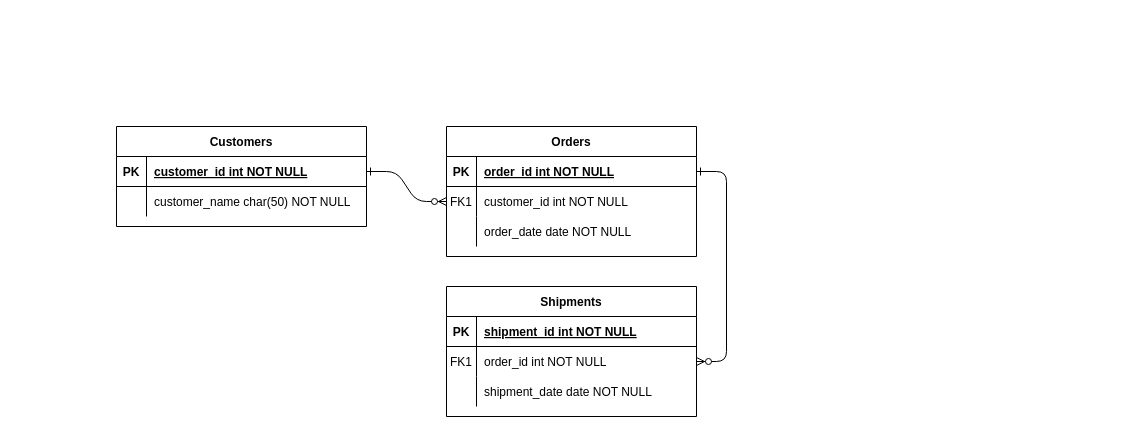
Earlier version of the draw.io diagram Hotel-app.drawio (tobynboudreaux/RuntimeTerror). Source tidied: cells renumbered, new cells numbered last; positions are measured from the earlier drawing's top-left corner, leaving out a move shared by most shapes. Both pictures are drawn from the tidied source at 100%, with x=0, y=0 at pixel (116, 126).
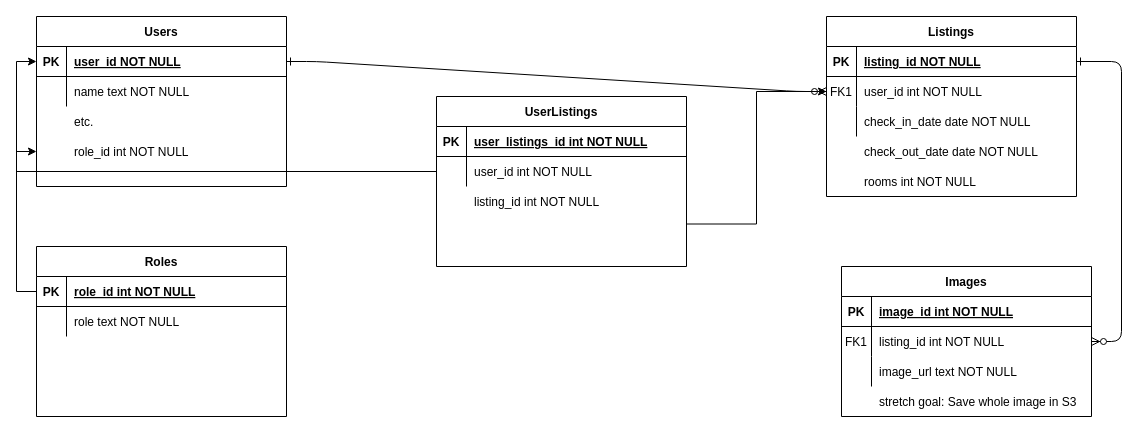
The same diagram, later.

The change refers to these unchanged cells:
```xml
<mxCell id="5" style="shape=partialRectangle;fillColor=none;points=[[0,0.5],[1,0.5]];portConstraint=eastwest;top=0;left=0;right=0;bottom=1;" parent="4" vertex="1">
  <mxGeometry y="30" width="250" height="30" as="geometry" />
</mxCell>
<mxCell id="8" style="shape=partialRectangle;fillColor=none;points=[[0,0.5],[1,0.5]];portConstraint=eastwest;top=0;left=0;right=0;bottom=0;" parent="4" vertex="1">
  <mxGeometry y="60" width="250" height="30" as="geometry" />
</mxCell>
<mxCell id="11" style="shape=partialRectangle;fillColor=none;top=0;left=0;right=0;bottom=0;" parent="4" vertex="1">
  <mxGeometry y="90" width="250" height="30" as="geometry" />
</mxCell>
<mxCell id="15" style="shape=partialRectangle;fillColor=none;top=0;left=0;right=0;bottom=1;" parent="14" vertex="1">
  <mxGeometry y="30" width="250" height="30" as="geometry" />
</mxCell>
<mxCell id="18" style="shape=partialRectangle;fillColor=none;points=[[0,0.5],[1,0.5]];portConstraint=eastwest;top=0;left=0;right=0;bottom=0;" parent="14" vertex="1">
  <mxGeometry y="60" width="250" height="30" as="geometry" />
</mxCell>
<mxCell id="21" style="shape=partialRectangle;fillColor=none;top=0;left=0;right=0;bottom=0;" parent="14" vertex="1">
  <mxGeometry y="90" width="250" height="30" as="geometry" />
</mxCell>
<mxCell id="25" style="shape=partialRectangle;fillColor=none;points=[[0,0.5],[1,0.5]];portConstraint=eastwest;top=0;left=0;right=0;bottom=1;" parent="24" vertex="1">
  <mxGeometry y="30" width="250" height="30" as="geometry" />
</mxCell>
<mxCell id="28" style="shape=partialRectangle;fillColor=none;top=0;left=0;right=0;bottom=0;" parent="24" vertex="1">
  <mxGeometry y="60" width="250" height="30" as="geometry" />
</mxCell>
```

Change to the diagram source:
```diff
@@
-    <mxCell id="4" value="Orders" style="shape=table;startSize=30;childLayout=tableLayout;rowLines=0;fontStyle=1;align=center;" parent="1" vertex="1">
-      <mxGeometry x="330" width="250" height="130" as="geometry" />
+    <mxCell id="4" value="Listings" style="shape=table;startSize=30;childLayout=tableLayout;rowLines=0;fontStyle=1;align=center;" parent="1" vertex="1">
+      <mxGeometry x="710" y="-110" width="250" height="180" as="geometry" />
     </mxCell>
@@
-    <mxCell id="7" value="order_id int NOT NULL " style="shape=partialRectangle;overflow=hidden;fillColor=none;top=0;left=0;bottom=0;right=0;align=left;spacingLeft=6;fontStyle=5;" parent="5" vertex="1">
+    <mxCell id="7" value="listing_id NOT NULL" style="shape=partialRectangle;overflow=hidden;fillColor=none;top=0;left=0;bottom=0;right=0;align=left;spacingLeft=6;fontStyle=5;" parent="5" vertex="1">
       <mxGeometry x="30" width="220" height="30" as="geometry" />
     </mxCell>
@@
-    <mxCell id="10" value="customer_id int NOT NULL" style="shape=partialRectangle;overflow=hidden;fillColor=none;top=0;left=0;bottom=0;right=0;align=left;spacingLeft=6;" parent="8" vertex="1">
+    <mxCell id="10" value="user_id int NOT NULL" style="shape=partialRectangle;overflow=hidden;fillColor=none;top=0;left=0;bottom=0;right=0;align=left;spacingLeft=6;" parent="8" vertex="1">
       <mxGeometry x="30" width="220" height="30" as="geometry" />
     </mxCell>
@@
-    <mxCell id="13" value="order_date date NOT NULL" style="shape=partialRectangle;overflow=hidden;fillColor=none;top=0;left=0;bottom=0;right=0;align=left;spacingLeft=6;" parent="11" vertex="1">
+    <mxCell id="13" value="check_in_date date NOT NULL" style="shape=partialRectangle;overflow=hidden;fillColor=none;top=0;left=0;bottom=0;right=0;align=left;spacingLeft=6;" parent="11" vertex="1">
       <mxGeometry x="30" width="220" height="30" as="geometry" />
     </mxCell>
-    <mxCell id="14" value="Shipments" style="shape=table;startSize=30;childLayout=tableLayout;rowLines=0;fontStyle=1;align=center;" parent="1" vertex="1">
-      <mxGeometry x="330" y="160" width="250" height="130" as="geometry" />
+    <mxCell id="14" value="Images" style="shape=table;startSize=30;childLayout=tableLayout;rowLines=0;fontStyle=1;align=center;" parent="1" vertex="1">
+      <mxGeometry x="725" y="140" width="250" height="150" as="geometry" />
     </mxCell>
@@
-    <mxCell id="17" value="shipment_id int NOT NULL " style="shape=partialRectangle;overflow=hidden;fillColor=none;top=0;left=0;bottom=0;right=0;align=left;spacingLeft=6;fontStyle=5;" parent="15" vertex="1">
+    <mxCell id="17" value="image_id int NOT NULL" style="shape=partialRectangle;overflow=hidden;fillColor=none;top=0;left=0;bottom=0;right=0;align=left;spacingLeft=6;fontStyle=5;" parent="15" vertex="1">
       <mxGeometry x="30" width="220" height="30" as="geometry" />
     </mxCell>
@@
-    <mxCell id="20" value="order_id int NOT NULL" style="shape=partialRectangle;overflow=hidden;fillColor=none;top=0;left=0;bottom=0;right=0;align=left;spacingLeft=6;" parent="18" vertex="1">
+    <mxCell id="20" value="listing_id int NOT NULL" style="shape=partialRectangle;overflow=hidden;fillColor=none;top=0;left=0;bottom=0;right=0;align=left;spacingLeft=6;" parent="18" vertex="1">
       <mxGeometry x="30" width="220" height="30" as="geometry" />
     </mxCell>
@@
-    <mxCell id="23" value="shipment_date date NOT NULL" style="shape=partialRectangle;overflow=hidden;fillColor=none;top=0;left=0;bottom=0;right=0;align=left;spacingLeft=6;" parent="21" vertex="1">
+    <mxCell id="23" value="image_url text NOT NULL" style="shape=partialRectangle;overflow=hidden;fillColor=none;top=0;left=0;bottom=0;right=0;align=left;spacingLeft=6;" parent="21" vertex="1">
       <mxGeometry x="30" width="220" height="30" as="geometry" />
     </mxCell>
-    <mxCell id="24" value="Customers" style="shape=table;startSize=30;childLayout=tableLayout;rowLines=0;fontStyle=1;align=center;" parent="1" vertex="1">
-      <mxGeometry width="250" height="100" as="geometry" />
+    <mxCell id="24" value="Users" style="shape=table;startSize=30;childLayout=tableLayout;rowLines=0;fontStyle=1;align=center;" parent="1" vertex="1">
+      <mxGeometry x="-80" y="-110" width="250" height="170" as="geometry" />
     </mxCell>
@@
-    <mxCell id="27" value="customer_id int NOT NULL " style="shape=partialRectangle;overflow=hidden;fillColor=none;top=0;left=0;bottom=0;right=0;align=left;spacingLeft=6;fontStyle=5;" parent="25" vertex="1">
+    <mxCell id="27" value="user_id NOT NULL" style="shape=partialRectangle;overflow=hidden;fillColor=none;top=0;left=0;bottom=0;right=0;align=left;spacingLeft=6;fontStyle=5;" parent="25" vertex="1">
       <mxGeometry x="30" width="220" height="30" as="geometry" />
     </mxCell>
@@
-    <mxCell id="30" value="customer_name char(50) NOT NULL" style="shape=partialRectangle;overflow=hidden;fillColor=none;top=0;left=0;bottom=0;right=0;align=left;spacingLeft=6;" parent="28" vertex="1">
+    <mxCell id="30" value="name text NOT NULL" style="shape=partialRectangle;overflow=hidden;fillColor=none;top=0;left=0;bottom=0;right=0;align=left;spacingLeft=6;" parent="28" vertex="1">
       <mxGeometry x="30" width="220" height="30" as="geometry" />
     </mxCell>
+    <mxCell id="31" style="shape=partialRectangle;fillColor=none;points=[[0,0.5],[1,0.5]];portConstraint=eastwest;top=0;left=0;right=0;bottom=0;" parent="1" vertex="1">
+      <mxGeometry x="-80" y="10" width="250" height="30" as="geometry" />
+    </mxCell>
+    <mxCell id="32" style="shape=partialRectangle;overflow=hidden;fillColor=none;top=0;left=0;bottom=0;right=0;" parent="31" vertex="1">
+      <mxGeometry width="30" height="30" as="geometry" />
+    </mxCell>
+    <mxCell id="33" value="role_id int NOT NULL" style="shape=partialRectangle;overflow=hidden;fillColor=none;top=0;left=0;bottom=0;right=0;align=left;spacingLeft=6;" parent="31" vertex="1">
+      <mxGeometry x="30" width="220" height="30" as="geometry" />
+    </mxCell>
+    <mxCell id="34" style="shape=partialRectangle;fillColor=none;top=0;left=0;right=0;bottom=0;" parent="1" vertex="1">
+      <mxGeometry x="725" y="260" width="250" height="30" as="geometry" />
+    </mxCell>
+    <mxCell id="35" style="shape=partialRectangle;overflow=hidden;fillColor=none;top=0;left=0;bottom=0;right=0;" parent="34" vertex="1">
+      <mxGeometry width="30" height="30" as="geometry" />
+    </mxCell>
+    <mxCell id="36" value="stretch goal: Save whole image in S3" style="shape=partialRectangle;overflow=hidden;fillColor=none;top=0;left=0;bottom=0;right=0;align=left;spacingLeft=6;" parent="34" vertex="1">
+      <mxGeometry x="30" width="220" height="30" as="geometry" />
+    </mxCell>
+    <mxCell id="37" value="check_out_date date NOT NULL" style="shape=partialRectangle;overflow=hidden;fillColor=none;top=0;left=0;bottom=0;right=0;align=left;spacingLeft=6;" parent="1" vertex="1">
+      <mxGeometry x="740" y="10" width="220" height="30" as="geometry" />
+    </mxCell>
+    <mxCell id="38" value="rooms int NOT NULL" style="shape=partialRectangle;overflow=hidden;fillColor=none;top=0;left=0;bottom=0;right=0;align=left;spacingLeft=6;" parent="1" vertex="1">
+      <mxGeometry x="740" y="40" width="220" height="30" as="geometry" />
+    </mxCell>
+    <mxCell id="39" style="edgeStyle=orthogonalEdgeStyle;rounded=0;jettySize=auto;html=1;exitX=1;exitY=0.75;exitDx=0;exitDy=0;entryX=0;entryY=0.5;entryDx=0;entryDy=0;" parent="1" edge="1" source="40" target="8">
+      <mxGeometry relative="1" as="geometry" />
+    </mxCell>
+    <mxCell id="40" value="UserListings" style="shape=table;startSize=30;childLayout=tableLayout;rowLines=0;fontStyle=1;align=center;" parent="1" vertex="1">
+      <mxGeometry x="320" y="-30" width="250" height="170" as="geometry" />
+    </mxCell>
+    <mxCell id="41" style="shape=partialRectangle;fillColor=none;top=0;left=0;right=0;bottom=1;" parent="40" vertex="1">
+      <mxGeometry y="30" width="250" height="30" as="geometry" />
+    </mxCell>
+    <mxCell id="42" value="PK" style="shape=partialRectangle;overflow=hidden;fillColor=none;top=0;left=0;bottom=0;right=0;fontStyle=1;" parent="41" vertex="1">
+      <mxGeometry width="30" height="30" as="geometry" />
+    </mxCell>
+    <mxCell id="43" value="user_listings_id int NOT NULL" style="shape=partialRectangle;overflow=hidden;fillColor=none;top=0;left=0;bottom=0;right=0;align=left;spacingLeft=6;fontStyle=5;" parent="41" vertex="1">
+      <mxGeometry x="30" width="220" height="30" as="geometry" />
+    </mxCell>
+    <mxCell id="44" style="shape=partialRectangle;fillColor=none;points=[[0,0.5],[1,0.5]];portConstraint=eastwest;top=0;left=0;right=0;bottom=0;" parent="40" vertex="1">
+      <mxGeometry y="60" width="250" height="30" as="geometry" />
+    </mxCell>
+    <mxCell id="45" style="shape=partialRectangle;overflow=hidden;fillColor=none;top=0;left=0;bottom=0;right=0;" parent="44" vertex="1">
+      <mxGeometry width="30" height="30" as="geometry" />
+    </mxCell>
+    <mxCell id="46" value="user_id int NOT NULL" style="shape=partialRectangle;overflow=hidden;fillColor=none;top=0;left=0;bottom=0;right=0;align=left;spacingLeft=6;" parent="44" vertex="1">
+      <mxGeometry x="30" width="220" height="30" as="geometry" />
+    </mxCell>
+    <mxCell id="47" value="listing_id int NOT NULL" style="shape=partialRectangle;overflow=hidden;fillColor=none;top=0;left=0;bottom=0;right=0;align=left;spacingLeft=6;" parent="1" vertex="1">
+      <mxGeometry x="350" y="60" width="220" height="30" as="geometry" />
+    </mxCell>
+    <mxCell id="48" style="edgeStyle=orthogonalEdgeStyle;rounded=0;jettySize=auto;html=1;exitX=0;exitY=0.5;exitDx=0;exitDy=0;entryX=0;entryY=0.5;entryDx=0;entryDy=0;" parent="1" edge="1" source="44" target="25">
+      <mxGeometry relative="1" as="geometry" />
+    </mxCell>
+    <mxCell id="49" value="Roles" style="shape=table;startSize=30;childLayout=tableLayout;rowLines=0;fontStyle=1;align=center;" parent="1" vertex="1">
+      <mxGeometry x="-80" y="120" width="250" height="170" as="geometry" />
+    </mxCell>
+    <mxCell id="50" style="shape=partialRectangle;fillColor=none;points=[[0,0.5],[1,0.5]];portConstraint=eastwest;top=0;left=0;right=0;bottom=1;" parent="49" vertex="1">
+      <mxGeometry y="30" width="250" height="30" as="geometry" />
+    </mxCell>
+    <mxCell id="51" value="PK" style="shape=partialRectangle;overflow=hidden;fillColor=none;top=0;left=0;bottom=0;right=0;fontStyle=1;" parent="50" vertex="1">
+      <mxGeometry width="30" height="30" as="geometry" />
+    </mxCell>
+    <mxCell id="52" value="role_id int NOT NULL" style="shape=partialRectangle;overflow=hidden;fillColor=none;top=0;left=0;bottom=0;right=0;align=left;spacingLeft=6;fontStyle=5;" parent="50" vertex="1">
+      <mxGeometry x="30" width="220" height="30" as="geometry" />
+    </mxCell>
+    <mxCell id="53" style="shape=partialRectangle;fillColor=none;top=0;left=0;right=0;bottom=0;" parent="49" vertex="1">
+      <mxGeometry y="60" width="250" height="30" as="geometry" />
+    </mxCell>
+    <mxCell id="54" style="shape=partialRectangle;overflow=hidden;fillColor=none;top=0;left=0;bottom=0;right=0;" parent="53" vertex="1">
+      <mxGeometry width="30" height="30" as="geometry" />
+    </mxCell>
+    <mxCell id="55" value="role text NOT NULL" style="shape=partialRectangle;overflow=hidden;fillColor=none;top=0;left=0;bottom=0;right=0;align=left;spacingLeft=6;" parent="53" vertex="1">
+      <mxGeometry x="30" width="220" height="30" as="geometry" />
+    </mxCell>
+    <mxCell id="56" style="edgeStyle=orthogonalEdgeStyle;rounded=0;jettySize=auto;html=1;exitX=0;exitY=0.5;exitDx=0;exitDy=0;entryX=0;entryY=0.5;entryDx=0;entryDy=0;" parent="1" edge="1" source="50" target="31">
+      <mxGeometry relative="1" as="geometry" />
+    </mxCell>
+    <mxCell id="57" value="etc." style="shape=partialRectangle;overflow=hidden;fillColor=none;top=0;left=0;bottom=0;right=0;align=left;spacingLeft=6;" parent="1" vertex="1">
+      <mxGeometry x="-50" y="-20" width="220" height="30" as="geometry" />
+    </mxCell>
```
